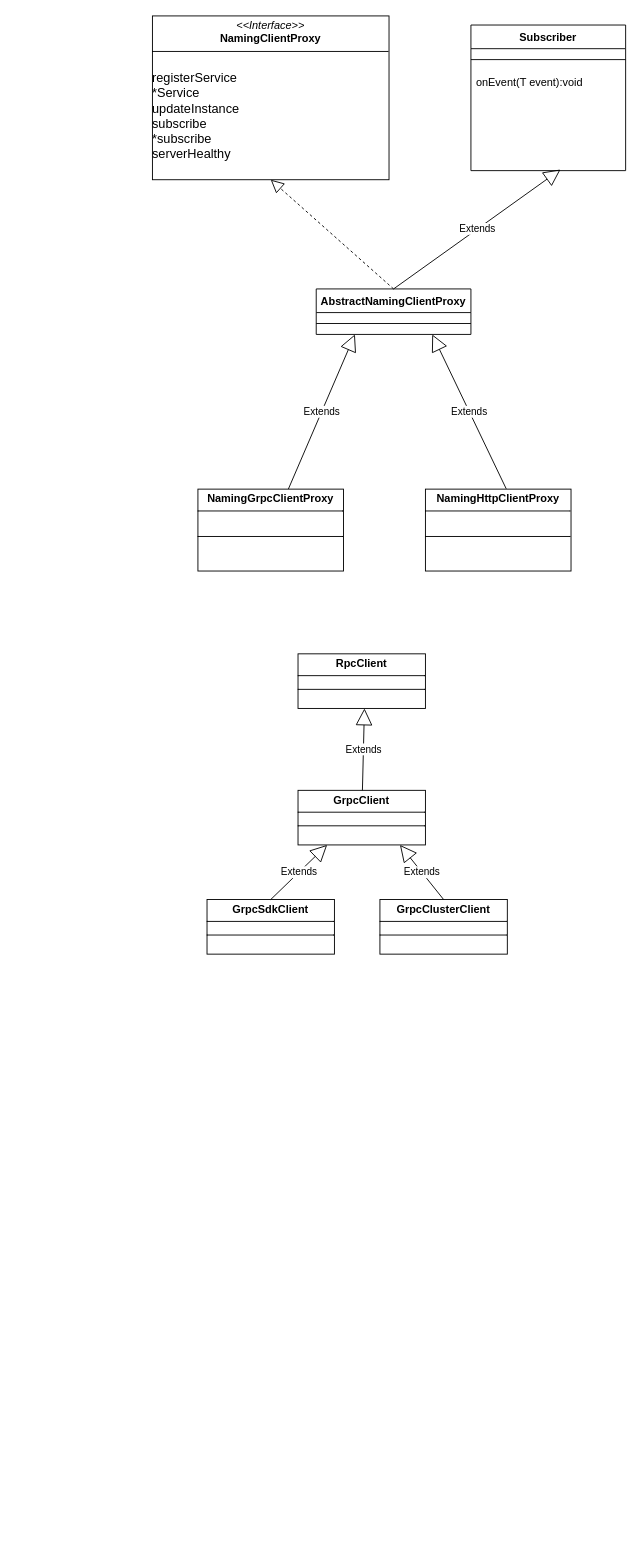
This is nacos网络通信.drawio from chenjinkai/drawstorage, a draw.io file, before an edit. Source tidied: cells renumbered, new cells numbered last; positions are measured from the earlier drawing's top-left corner, leaving out a move shared by most shapes. Both pictures are drawn from the tidied source at 91%, with x=0, y=0 at pixel (152, 15).
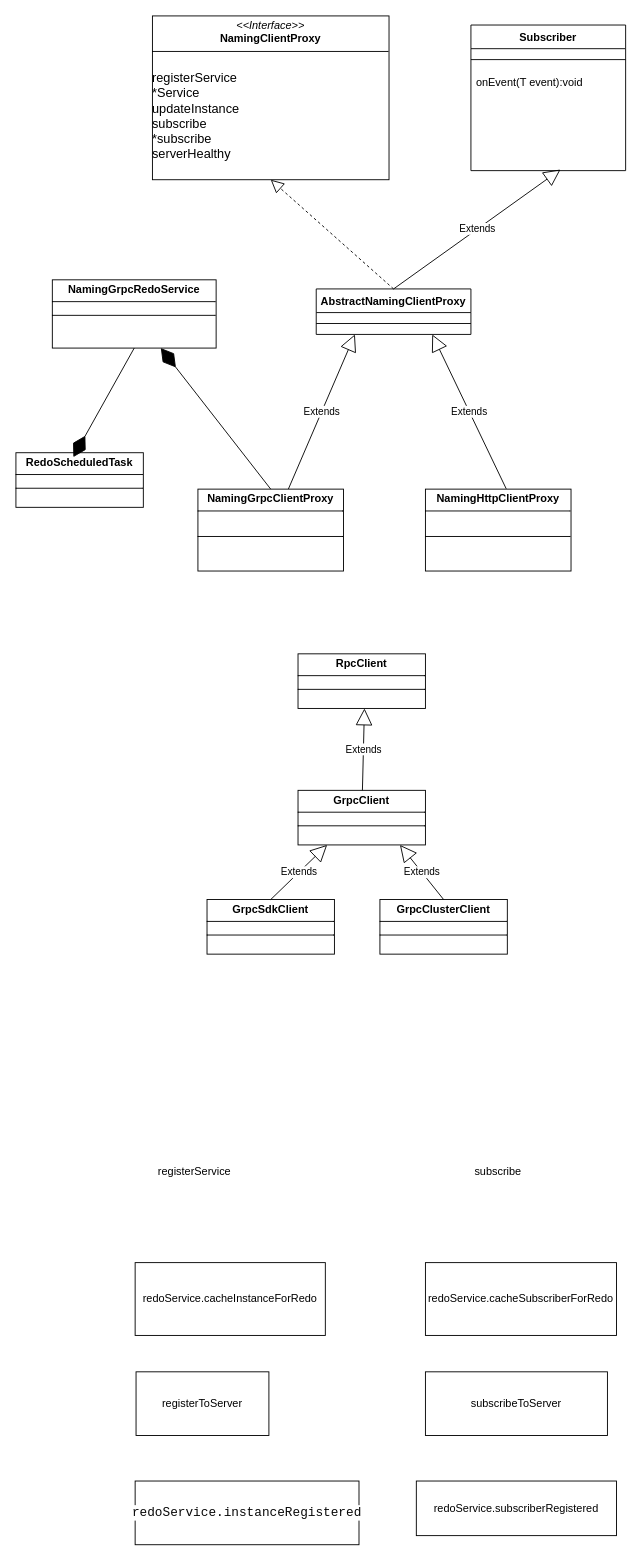
The same diagram, later.

Commit message:
更新nacos网络通信.drawio

Unchanged cells that the change refers to:
```xml
<mxCell id="12" value="&lt;p style=&quot;margin:0px;margin-top:4px;text-align:center;&quot;&gt;&lt;b&gt;NamingGrpcClientProxy&lt;/b&gt;&lt;/p&gt;&lt;hr size=&quot;1&quot; style=&quot;border-style:solid;&quot;&gt;&lt;p style=&quot;margin:0px;margin-left:4px;&quot;&gt;&lt;br&gt;&lt;/p&gt;&lt;hr size=&quot;1&quot; style=&quot;border-style:solid;&quot;&gt;&lt;p style=&quot;margin:0px;margin-left:4px;&quot;&gt;&lt;br&gt;&lt;/p&gt;" style="verticalAlign=top;align=left;overflow=fill;html=1;whiteSpace=wrap;" parent="1" vertex="1">
  <mxGeometry x="50" y="520" width="160" height="90" as="geometry" />
</mxCell>
```

Diff of the diagram source:
```diff
@@
+    <mxCell id="21" value="&lt;p style=&quot;margin:0px;margin-top:4px;text-align:center;&quot;&gt;&lt;b&gt;NamingGrpcRedoService&lt;/b&gt;&lt;/p&gt;&lt;hr size=&quot;1&quot; style=&quot;border-style:solid;&quot;&gt;&lt;div style=&quot;height:2px;&quot;&gt;&lt;/div&gt;&lt;hr size=&quot;1&quot; style=&quot;border-style:solid;&quot;&gt;&lt;div style=&quot;height:2px;&quot;&gt;&lt;/div&gt;" style="verticalAlign=top;align=left;overflow=fill;html=1;whiteSpace=wrap;" parent="1" vertex="1">
+      <mxGeometry x="-110" y="290" width="180" height="75" as="geometry" />
+    </mxCell>
+    <mxCell id="22" value="&lt;p style=&quot;margin:0px;margin-top:4px;text-align:center;&quot;&gt;&lt;b&gt;RedoScheduledTask&lt;/b&gt;&lt;/p&gt;&lt;hr size=&quot;1&quot; style=&quot;border-style:solid;&quot;&gt;&lt;div style=&quot;height:2px;&quot;&gt;&lt;/div&gt;&lt;hr size=&quot;1&quot; style=&quot;border-style:solid;&quot;&gt;&lt;div style=&quot;height:2px;&quot;&gt;&lt;/div&gt;" style="verticalAlign=top;align=left;overflow=fill;html=1;whiteSpace=wrap;" parent="1" vertex="1">
+      <mxGeometry x="-150" y="480" width="140" height="60" as="geometry" />
+    </mxCell>
+    <mxCell id="23" style="endArrow=diamondThin;endFill=1;endSize=24;html=1;rounded=0;entryX=0.451;entryY=0.08;entryDx=0;entryDy=0;entryPerimeter=0;exitX=0.5;exitY=1;exitDx=0;exitDy=0;" parent="1" edge="1" source="21" target="22">
+      <mxGeometry relative="1" as="geometry" />
+    </mxCell>
+    <mxCell id="24" style="endArrow=diamondThin;endFill=1;endSize=24;html=1;rounded=0;exitX=0.5;exitY=0;exitDx=0;exitDy=0;" parent="1" edge="1" source="12" target="21">
+      <mxGeometry relative="1" as="geometry" />
+    </mxCell>
+    <mxCell id="25" value="redoService.cacheInstanceForRedo" style="rounded=0;whiteSpace=wrap;html=1;" parent="1" vertex="1">
+      <mxGeometry x="-19" y="1370" width="209" height="80" as="geometry" />
+    </mxCell>
+    <mxCell id="26" value="registerToServer" style="rounded=0;whiteSpace=wrap;html=1;" parent="1" vertex="1">
+      <mxGeometry x="-18" y="1490" width="146" height="70" as="geometry" />
+    </mxCell>
+    <mxCell id="27" value="registerService" style="text;html=1;align=center;verticalAlign=middle;whiteSpace=wrap;rounded=0;" parent="1" vertex="1">
+      <mxGeometry x="-18" y="1240" width="129" height="60" as="geometry" />
+    </mxCell>
+    <mxCell id="28" value="&lt;div style=&quot;background-color: rgb(255, 255, 255); color: rgb(8, 8, 8);&quot;&gt;&lt;pre style=&quot;font-family: &amp;quot;JetBrains Mono&amp;quot;, monospace;&quot;&gt;&lt;font style=&quot;font-size: 14px;&quot;&gt;redoService.instanceRegistered&lt;/font&gt;&lt;/pre&gt;&lt;/div&gt;" style="rounded=0;whiteSpace=wrap;html=1;" parent="1" vertex="1">
+      <mxGeometry x="-19" y="1610" width="246" height="70" as="geometry" />
+    </mxCell>
+    <mxCell id="29" value="subscribe" style="text;html=1;align=center;verticalAlign=middle;whiteSpace=wrap;rounded=0;" parent="1" vertex="1">
+      <mxGeometry x="350" y="1255" width="60" height="30" as="geometry" />
+    </mxCell>
+    <mxCell id="30" value="redoService.cacheSubscriberForRedo" style="rounded=0;whiteSpace=wrap;html=1;" parent="1" vertex="1">
+      <mxGeometry x="300" y="1370" width="210" height="80" as="geometry" />
+    </mxCell>
+    <mxCell id="31" value="subscribeToServer" style="rounded=0;whiteSpace=wrap;html=1;" parent="1" vertex="1">
+      <mxGeometry x="300" y="1490" width="200" height="70" as="geometry" />
+    </mxCell>
+    <mxCell id="32" value="redoService.subscriberRegistered" style="rounded=0;whiteSpace=wrap;html=1;" parent="1" vertex="1">
+      <mxGeometry x="290" y="1610" width="220" height="60" as="geometry" />
+    </mxCell>
```
